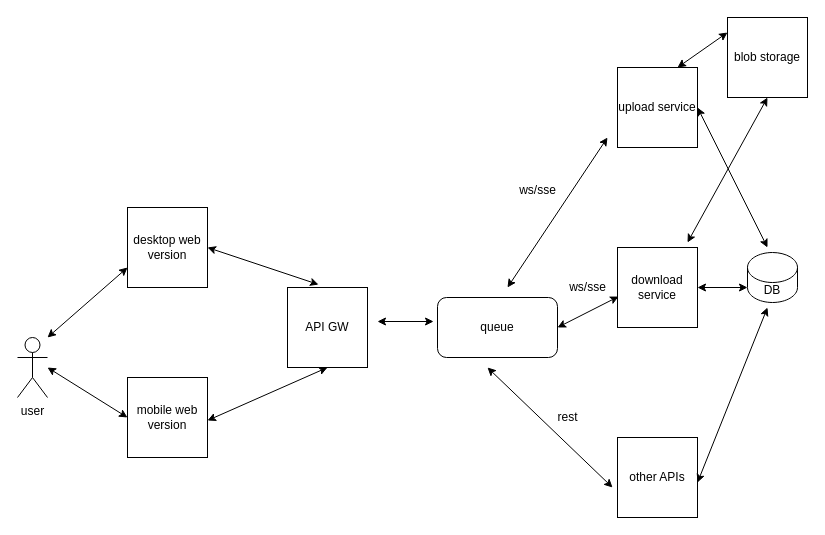
This is large-file-upload.drawio from kasibkismath/systems-design, a draw.io file, before an edit. Source tidied: cells renumbered, new cells numbered last; positions are measured from the earlier drawing's top-left corner, leaving out a move shared by most shapes. Both pictures are drawn from the tidied source at 100%, with x=0, y=0 at pixel (17, 17).
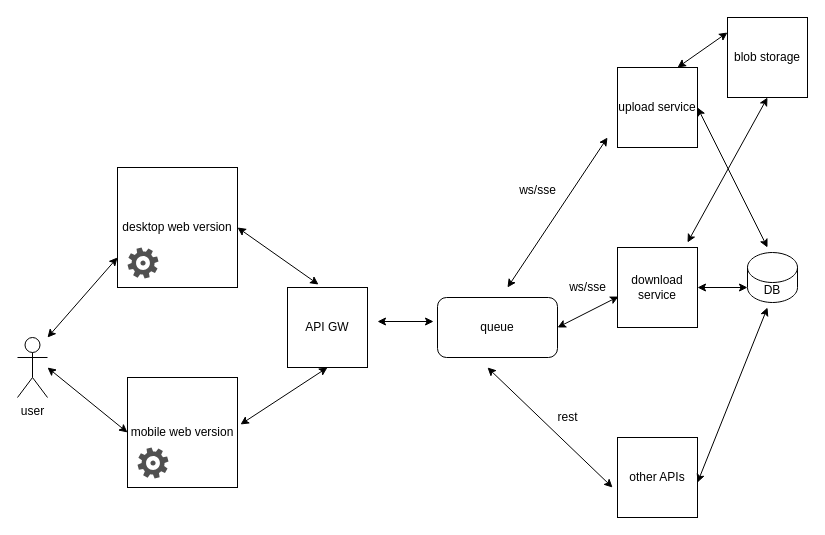
The same page after the edit.

Commit message:
added web workers

Unchanged cells that the change refers to:
```xml
<mxCell id="7" value="API GW" style="whiteSpace=wrap;html=1;" parent="1" vertex="1">
  <mxGeometry x="270" y="270" width="80" height="80" as="geometry" />
</mxCell>
```

Diff of the diagram source:
```diff
@@
     <mxCell id="3" value="desktop web version" style="whiteSpace=wrap;html=1;" parent="1" vertex="1">
-      <mxGeometry x="110" y="190" width="80" height="80" as="geometry" />
+      <mxGeometry x="100" y="150" width="120" height="120" as="geometry" />
     </mxCell>
     <mxCell id="4" value="mobile web version" style="whiteSpace=wrap;html=1;" parent="1" vertex="1">
-      <mxGeometry x="110" y="360" width="80" height="80" as="geometry" />
+      <mxGeometry x="110" y="360" width="110" height="110" as="geometry" />
     </mxCell>
@@
-    <mxCell id="9" style="endArrow=classic;startArrow=classic;html=1;rounded=0;entryX=1;entryY=0.5;entryDx=0;entryDy=0;exitX=0.5;exitY=1;exitDx=0;exitDy=0;" parent="1" edge="1" source="7">
-      <mxGeometry relative="1" as="geometry">
-        <mxPoint x="190" y="403" as="targetPoint" />
-      </mxGeometry>
+    <mxCell id="9" style="endArrow=classic;startArrow=classic;html=1;rounded=0;exitX=0.5;exitY=1;exitDx=0;exitDy=0;entryX=1.027;entryY=0.427;entryDx=0;entryDy=0;entryPerimeter=0;" parent="1" edge="1" source="7" target="4">
+      <mxGeometry relative="1" as="geometry" />
     </mxCell>
@@
+    <mxCell id="28" style="sketch=0;shadow=0;dashed=0;html=1;strokeColor=none;fillColor=#505050;labelPosition=center;verticalLabelPosition=bottom;verticalAlign=top;align=center;shape=mxgraph.office.concepts.settings_office_365;" parent="1" vertex="1">
+      <mxGeometry x="110" y="230" width="31" height="31" as="geometry" />
+    </mxCell>
+    <mxCell id="29" style="sketch=0;shadow=0;dashed=0;html=1;strokeColor=none;fillColor=#505050;labelPosition=center;verticalLabelPosition=bottom;verticalAlign=top;align=center;shape=mxgraph.office.concepts.settings_office_365;" parent="1" vertex="1">
+      <mxGeometry x="120" y="430" width="31" height="31" as="geometry" />
+    </mxCell>
```
